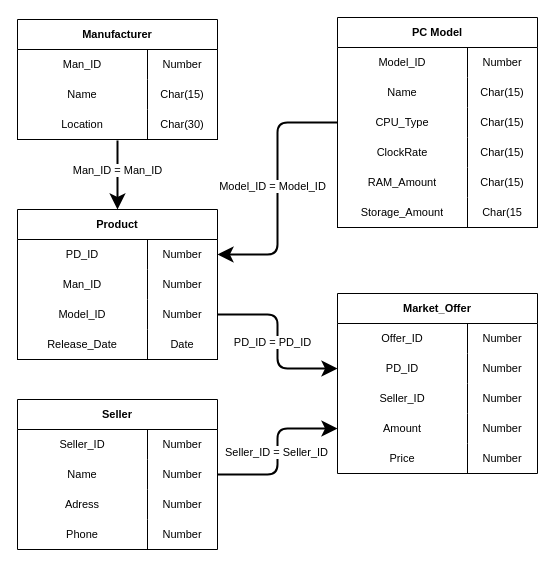
Before: page "Page-2" (2 of 2) of AccessDBs/Куценко/Работа 8/ERD.drawio in JayStorm228/CollegeStudy, a draw.io diagram. Source tidied: cells renumbered, new cells numbered last; positions are measured from the earlier drawing's top-left corner, leaving out a move shared by most shapes. Both pictures are drawn from the tidied source at 100%, with x=0, y=0 at pixel (17, 17).
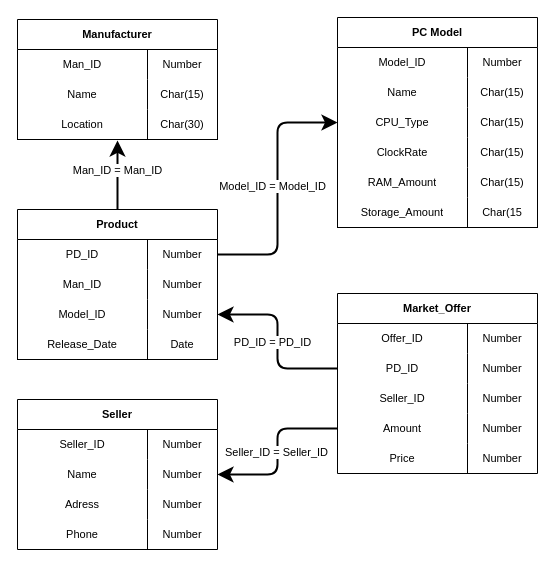
After the change.

Unchanged cells that the change refers to:
```xml
<mxCell id="9" style="shape=tableRow;horizontal=0;startSize=0;swimlaneHead=0;swimlaneBody=0;fillColor=none;points=[[0,0.5],[1,0.5]];portConstraint=eastwest;top=0;left=0;right=0;bottom=1;html=1;fontFamily=Helvetica;fontSize=11;fontColor=default;labelBackgroundColor=default;" parent="2" vertex="1">
  <mxGeometry y="90" width="200" height="30" as="geometry" />
</mxCell>
<mxCell id="12" value="Product" style="shape=table;startSize=30;childLayout=tableLayout;rowLines=0;fontStyle=1;align=center;html=1;whiteSpace=wrap;fontFamily=Helvetica;fontSize=11;fontColor=default;labelBackgroundColor=default;" parent="1" vertex="1">
  <mxGeometry y="192" width="200" height="150" as="geometry" />
</mxCell>
<mxCell id="13" style="shape=tableRow;horizontal=0;startSize=0;swimlaneHead=0;swimlaneBody=0;fillColor=none;points=[[0,0.5],[1,0.5]];portConstraint=eastwest;top=0;left=0;right=0;bottom=0;html=1;fontFamily=Helvetica;fontSize=11;fontColor=default;labelBackgroundColor=default;" parent="12" vertex="1">
  <mxGeometry y="30" width="200" height="30" as="geometry" />
</mxCell>
<mxCell id="19" style="shape=tableRow;horizontal=0;startSize=0;swimlaneHead=0;swimlaneBody=0;fillColor=none;points=[[0,0.5],[1,0.5]];portConstraint=eastwest;top=0;left=0;right=0;bottom=0;html=1;fontFamily=Helvetica;fontSize=11;fontColor=default;labelBackgroundColor=default;" parent="12" vertex="1">
  <mxGeometry y="90" width="200" height="30" as="geometry" />
</mxCell>
<mxCell id="34" style="shape=tableRow;horizontal=0;startSize=0;swimlaneHead=0;swimlaneBody=0;fillColor=none;points=[[0,0.5],[1,0.5]];portConstraint=eastwest;top=0;left=0;right=0;bottom=0;html=1;fontFamily=Helvetica;fontSize=11;fontColor=default;labelBackgroundColor=default;" parent="27" vertex="1">
  <mxGeometry y="90" width="200" height="30" as="geometry" />
</mxCell>
<mxCell id="50" style="shape=tableRow;horizontal=0;startSize=0;swimlaneHead=0;swimlaneBody=0;fillColor=none;points=[[0,0.5],[1,0.5]];portConstraint=eastwest;top=0;left=0;right=0;bottom=0;html=1;fontFamily=Helvetica;fontSize=11;fontColor=default;labelBackgroundColor=default;" parent="46" vertex="1">
  <mxGeometry y="60" width="200" height="30" as="geometry" />
</mxCell>
<mxCell id="56" style="shape=tableRow;horizontal=0;startSize=0;swimlaneHead=0;swimlaneBody=0;fillColor=none;points=[[0,0.5],[1,0.5]];portConstraint=eastwest;top=0;left=0;right=0;bottom=0;html=1;fontFamily=Helvetica;fontSize=11;fontColor=default;labelBackgroundColor=default;" parent="46" vertex="1">
  <mxGeometry y="120" width="200" height="30" as="geometry" />
</mxCell>
<mxCell id="66" style="shape=tableRow;horizontal=0;startSize=0;swimlaneHead=0;swimlaneBody=0;fillColor=none;points=[[0,0.5],[1,0.5]];portConstraint=eastwest;top=0;left=0;right=0;bottom=0;html=1;fontFamily=Helvetica;fontSize=11;fontColor=default;labelBackgroundColor=default;" parent="62" vertex="1">
  <mxGeometry y="60" width="200" height="30" as="geometry" />
</mxCell>
```

The edit, as a diff of the source:
```diff
@@
-    <mxCell id="25" style="edgeStyle=orthogonalEdgeStyle;shape=connector;rounded=1;html=1;exitX=0.5;exitY=0;exitDx=0;exitDy=0;entryX=0.5;entryY=1.033;entryDx=0;entryDy=0;entryPerimeter=0;strokeColor=default;strokeWidth=2;align=center;verticalAlign=middle;fontFamily=Helvetica;fontSize=11;fontColor=default;labelBackgroundColor=default;startArrow=classic;startFill=1;startSize=10;endArrow=none;endFill=0;endSize=10;sourcePerimeterSpacing=6;targetPerimeterSpacing=6;" parent="1" edge="1" source="12" target="9">
+    <mxCell id="25" style="edgeStyle=orthogonalEdgeStyle;shape=connector;rounded=1;html=1;exitX=0.5;exitY=0;exitDx=0;exitDy=0;entryX=0.5;entryY=1.033;entryDx=0;entryDy=0;entryPerimeter=0;strokeColor=default;strokeWidth=2;align=center;verticalAlign=middle;fontFamily=Helvetica;fontSize=11;fontColor=default;labelBackgroundColor=default;startArrow=none;startFill=0;startSize=10;endArrow=classic;endFill=1;endSize=10;sourcePerimeterSpacing=6;targetPerimeterSpacing=6;" parent="1" edge="1" source="12" target="9">
       <mxGeometry relative="1" as="geometry" />
     </mxCell>
@@
-    <mxCell id="75" style="edgeStyle=orthogonalEdgeStyle;shape=connector;rounded=1;html=1;exitX=0;exitY=0.5;exitDx=0;exitDy=0;entryX=1;entryY=0.5;entryDx=0;entryDy=0;strokeColor=default;strokeWidth=2;align=center;verticalAlign=middle;fontFamily=Helvetica;fontSize=11;fontColor=default;labelBackgroundColor=default;startArrow=none;startFill=0;startSize=10;endArrow=classic;endFill=1;endSize=10;sourcePerimeterSpacing=6;targetPerimeterSpacing=6;" parent="1" edge="1" source="34" target="13">
+    <mxCell id="75" style="edgeStyle=orthogonalEdgeStyle;shape=connector;rounded=1;html=1;exitX=0;exitY=0.5;exitDx=0;exitDy=0;entryX=1;entryY=0.5;entryDx=0;entryDy=0;strokeColor=default;strokeWidth=2;align=center;verticalAlign=middle;fontFamily=Helvetica;fontSize=11;fontColor=default;labelBackgroundColor=default;startArrow=classic;startFill=1;startSize=10;endArrow=none;endFill=0;endSize=10;sourcePerimeterSpacing=6;targetPerimeterSpacing=6;" parent="1" edge="1" source="34" target="13">
       <mxGeometry relative="1" as="geometry" />
     </mxCell>
@@
-    <mxCell id="77" style="edgeStyle=orthogonalEdgeStyle;shape=connector;rounded=1;html=1;exitX=1;exitY=0.5;exitDx=0;exitDy=0;entryX=0;entryY=0.5;entryDx=0;entryDy=0;strokeColor=default;strokeWidth=2;align=center;verticalAlign=middle;fontFamily=Helvetica;fontSize=11;fontColor=default;labelBackgroundColor=default;startArrow=none;startFill=0;startSize=10;endArrow=classic;endFill=1;endSize=10;sourcePerimeterSpacing=6;targetPerimeterSpacing=6;" parent="1" edge="1" source="19" target="50">
+    <mxCell id="77" style="edgeStyle=orthogonalEdgeStyle;shape=connector;rounded=1;html=1;exitX=1;exitY=0.5;exitDx=0;exitDy=0;entryX=0;entryY=0.5;entryDx=0;entryDy=0;strokeColor=default;strokeWidth=2;align=center;verticalAlign=middle;fontFamily=Helvetica;fontSize=11;fontColor=default;labelBackgroundColor=default;startArrow=classic;startFill=1;startSize=10;endArrow=none;endFill=0;endSize=10;sourcePerimeterSpacing=6;targetPerimeterSpacing=6;" parent="1" edge="1" source="19" target="50">
       <mxGeometry relative="1" as="geometry" />
     </mxCell>
@@
-    <mxCell id="79" style="edgeStyle=orthogonalEdgeStyle;shape=connector;rounded=1;html=1;exitX=1;exitY=0.5;exitDx=0;exitDy=0;entryX=0;entryY=0.5;entryDx=0;entryDy=0;strokeColor=default;strokeWidth=2;align=center;verticalAlign=middle;fontFamily=Helvetica;fontSize=11;fontColor=default;labelBackgroundColor=default;startArrow=none;startFill=0;startSize=10;endArrow=classic;endFill=1;endSize=10;sourcePerimeterSpacing=6;targetPerimeterSpacing=6;" parent="1" edge="1" source="66" target="56">
+    <mxCell id="79" style="edgeStyle=orthogonalEdgeStyle;shape=connector;rounded=1;html=1;exitX=1;exitY=0.5;exitDx=0;exitDy=0;entryX=0;entryY=0.5;entryDx=0;entryDy=0;strokeColor=default;strokeWidth=2;align=center;verticalAlign=middle;fontFamily=Helvetica;fontSize=11;fontColor=default;labelBackgroundColor=default;startArrow=classic;startFill=1;startSize=10;endArrow=none;endFill=0;endSize=10;sourcePerimeterSpacing=6;targetPerimeterSpacing=6;" parent="1" edge="1" source="66" target="56">
       <mxGeometry relative="1" as="geometry" />
     </mxCell>
```
